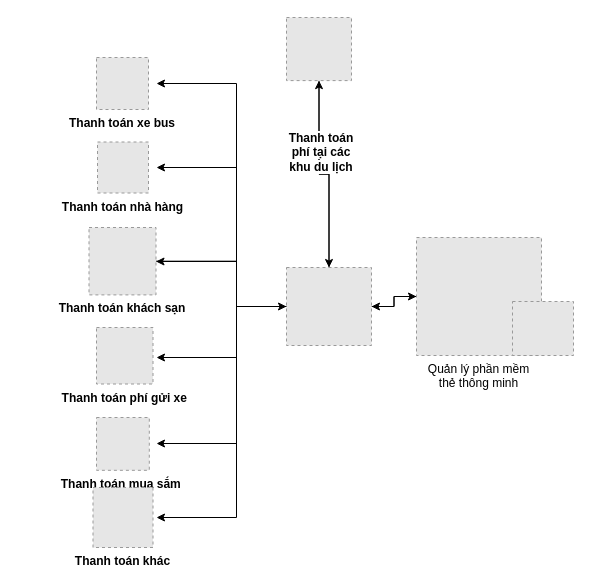
This is so-do-draw/smart_city_du_lich.drawio from letheanh12345/Draw-io, a draw.io file, before an edit. Source tidied: cells renumbered, new cells numbered last; positions are measured from the earlier drawing's top-left corner, leaving out a move shared by most shapes. Both pictures are drawn from the tidied source at 100%, with x=0, y=0 at pixel (88, 17). Pictures stored in the file or linked from it are replaced by grey dashed boxes.
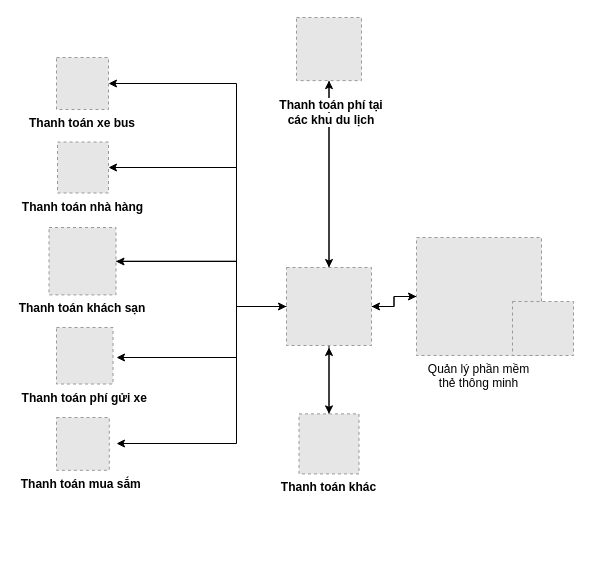
After the change.

Unchanged cells that the change refers to:
```xml
<mxCell id="13" style="fillColor=#E6E6E6;strokeColor=#999999;dashed=1;verticalLabelPosition=bottom;labelBackgroundColor=default;verticalAlign=top;" parent="1" vertex="1">
  <mxGeometry x="198" y="250" width="85" height="78" as="geometry" />
</mxCell>
```

Change to the diagram source:
```diff
@@
-    <mxCell id="6" style="edgeStyle=orthogonalEdgeStyle;rounded=0;jettySize=auto;html=1;" parent="1" edge="1" source="13">
+    <mxCell id="6" style="edgeStyle=orthogonalEdgeStyle;rounded=0;jettySize=auto;html=1;" parent="1" edge="1" source="13" target="14">
       <mxGeometry relative="1" as="geometry">
-        <mxPoint x="68" y="66" as="targetPoint" />
         <Array as="points">
           <mxPoint x="148" y="289" />
           <mxPoint x="148" y="66" />
         </Array>
       </mxGeometry>
     </mxCell>
-    <mxCell id="7" style="edgeStyle=orthogonalEdgeStyle;rounded=0;orthogonalLoop=1;jettySize=auto;html=1;exitX=0;exitY=0.5;exitDx=0;exitDy=0;" parent="1" edge="1">
-      <mxGeometry relative="1" as="geometry">
-        <mxPoint x="218" y="289" as="sourcePoint" />
-        <mxPoint x="68" y="500" as="targetPoint" />
-        <Array as="points">
-          <mxPoint x="148" y="289" />
-          <mxPoint x="148" y="500" />
-        </Array>
-      </mxGeometry>
-    </mxCell>
-    <mxCell id="8" style="edgeStyle=orthogonalEdgeStyle;rounded=0;jettySize=auto;html=1;" parent="1" edge="1" source="13">
+    <mxCell id="8" style="edgeStyle=orthogonalEdgeStyle;rounded=0;jettySize=auto;html=1;entryX=1;entryY=0.5;entryDx=0;entryDy=0;" parent="1" edge="1" source="13" target="15">
       <mxGeometry relative="1" as="geometry">
-        <mxPoint x="68" y="150" as="targetPoint" />
         <Array as="points">
           <mxPoint x="148" y="289" />
           <mxPoint x="148" y="150" />
         </Array>
       </mxGeometry>
     </mxCell>
@@
     <mxCell id="10" style="edgeStyle=orthogonalEdgeStyle;rounded=0;jettySize=auto;html=1;exitX=0;exitY=0.5;exitDx=0;exitDy=0;" parent="1" edge="1" source="13">
       <mxGeometry relative="1" as="geometry">
-        <mxPoint x="68" y="340" as="targetPoint" />
+        <mxPoint x="28" y="340" as="targetPoint" />
         <Array as="points">
           <mxPoint x="148" y="289" />
           <mxPoint x="148" y="340" />
         </Array>
       </mxGeometry>
     </mxCell>
     <mxCell id="11" style="edgeStyle=orthogonalEdgeStyle;rounded=0;jettySize=auto;html=1;exitX=0;exitY=0.5;exitDx=0;exitDy=0;" parent="1" edge="1" source="13">
       <mxGeometry relative="1" as="geometry">
-        <mxPoint x="68" y="426" as="targetPoint" />
+        <mxPoint x="28" y="426" as="targetPoint" />
         <Array as="points">
           <mxPoint x="148" y="289" />
           <mxPoint x="148" y="426" />
         </Array>
       </mxGeometry>
     </mxCell>
+    <mxCell id="24" style="edgeStyle=orthogonalEdgeStyle;rounded=0;jettySize=auto;html=1;entryX=0.5;entryY=0;entryDx=0;entryDy=0;" parent="1" edge="1" source="13" target="20">
+      <mxGeometry relative="1" as="geometry" />
+    </mxCell>
-    <mxCell id="12" style="edgeStyle=orthogonalEdgeStyle;rounded=0;jettySize=auto;html=1;entryX=0.5;entryY=1;entryDx=0;entryDy=0;" parent="1" edge="1" source="13" target="22">
+    <mxCell id="12" style="edgeStyle=orthogonalEdgeStyle;rounded=0;jettySize=auto;html=1;" parent="1" edge="1" source="13" target="22">
       <mxGeometry relative="1" as="geometry" />
     </mxCell>
@@
     <mxCell id="14" value="Thanh toán xe bus" style="fillColor=#E6E6E6;strokeColor=#999999;dashed=1;verticalLabelPosition=bottom;labelBackgroundColor=default;verticalAlign=top;fontStyle=1;" parent="1" vertex="1">
-      <mxGeometry x="8" y="40" width="52" height="52" as="geometry" />
+      <mxGeometry x="-32" y="40" width="52" height="52" as="geometry" />
     </mxCell>
     <mxCell id="15" value="Thanh toán nhà hàng" style="fillColor=#E6E6E6;strokeColor=#999999;dashed=1;verticalLabelPosition=bottom;labelBackgroundColor=default;verticalAlign=top;fontStyle=1;" parent="1" vertex="1">
-      <mxGeometry x="9" y="124.5" width="51" height="51" as="geometry" />
+      <mxGeometry x="-31" y="124.5" width="51" height="51" as="geometry" />
     </mxCell>
@@
     <mxCell id="17" value="Thanh toán khách sạn" style="fillColor=#E6E6E6;strokeColor=#999999;dashed=1;verticalLabelPosition=bottom;labelBackgroundColor=default;verticalAlign=top;fontStyle=1;" parent="1" vertex="1">
-      <mxGeometry x="0.5" y="210" width="67" height="67.4" as="geometry" />
+      <mxGeometry x="-39.5" y="210" width="67" height="67.4" as="geometry" />
     </mxCell>
     <mxCell id="18" value="Thanh toán phí gửi xe" style="fillColor=#E6E6E6;strokeColor=#999999;dashed=1;verticalLabelPosition=bottom;labelBackgroundColor=default;verticalAlign=top;fontStyle=1;" parent="1" vertex="1">
-      <mxGeometry x="8" y="310" width="56.5" height="56.5" as="geometry" />
+      <mxGeometry x="-32" y="310" width="56.5" height="56.5" as="geometry" />
     </mxCell>
     <mxCell id="19" value="Thanh toán mua sắm " style="fillColor=#E6E6E6;strokeColor=#999999;dashed=1;verticalLabelPosition=bottom;labelBackgroundColor=default;verticalAlign=top;fontStyle=1;" parent="1" vertex="1">
-      <mxGeometry x="8" y="400" width="52.8" height="52.8" as="geometry" />
+      <mxGeometry x="-32" y="400" width="52.8" height="52.8" as="geometry" />
     </mxCell>
+    <mxCell id="25" style="edgeStyle=orthogonalEdgeStyle;rounded=0;jettySize=auto;html=1;" parent="1" edge="1" source="20">
+      <mxGeometry relative="1" as="geometry">
+        <mxPoint x="240.5" y="330" as="targetPoint" />
+      </mxGeometry>
+    </mxCell>
     <mxCell id="20" value="Thanh toán khác" style="fillColor=#E6E6E6;strokeColor=#999999;dashed=1;verticalLabelPosition=bottom;labelBackgroundColor=default;verticalAlign=top;fontStyle=1;" parent="1" vertex="1">
-      <mxGeometry x="4.5" y="470" width="60" height="60" as="geometry" />
+      <mxGeometry x="210.5" y="396.4" width="60" height="60" as="geometry" />
     </mxCell>
-    <mxCell id="21" style="edgeStyle=orthogonalEdgeStyle;rounded=0;jettySize=auto;html=1;exitX=0.5;exitY=1;exitDx=0;exitDy=0;entryX=0.5;entryY=0;entryDx=0;entryDy=0;" parent="1" edge="1" source="22" target="13">
+    <mxCell id="21" style="edgeStyle=orthogonalEdgeStyle;rounded=0;jettySize=auto;html=1;entryX=0.5;entryY=0;entryDx=0;entryDy=0;" parent="1" edge="1" source="22" target="13">
       <mxGeometry relative="1" as="geometry" />
     </mxCell>
-    <mxCell id="22" style="fillColor=#E6E6E6;strokeColor=#999999;dashed=1;verticalLabelPosition=bottom;labelBackgroundColor=default;verticalAlign=top;" parent="1" vertex="1">
-      <mxGeometry x="198" width="65" height="63.1" as="geometry" />
+    <mxCell id="22" style="fillColor=#E6E6E6;strokeColor=#999999;dashed=1;verticalLabelPosition=bottom;labelBackgroundColor=default;verticalAlign=top;fontStyle=1;" parent="1" vertex="1">
+      <mxGeometry x="208" width="65" height="63.1" as="geometry" />
     </mxCell>
-    <mxCell id="23" value="&lt;span style=&quot;background-color: rgb(255, 255, 255);&quot;&gt;&lt;b&gt;Thanh toán phí tại các khu du lịch&lt;/b&gt;&lt;/span&gt;" style="text;html=1;strokeColor=none;fillColor=none;align=center;verticalAlign=middle;whiteSpace=wrap;rounded=0;" parent="1" vertex="1">
-      <mxGeometry x="198" y="120" width="70" height="30" as="geometry" />
+    <mxCell id="23" value="&lt;span style=&quot;font-weight: 700; background-color: rgb(255, 255, 255);&quot;&gt;Thanh toán phí tại&lt;/span&gt;&lt;br style=&quot;padding: 0px; margin: 0px; font-weight: 700;&quot;&gt;&lt;span style=&quot;font-weight: 700; background-color: rgb(255, 255, 255);&quot;&gt;các khu du lịch&lt;/span&gt;" style="text;html=1;strokeColor=none;fillColor=none;align=center;verticalAlign=middle;whiteSpace=wrap;rounded=0;" parent="1" vertex="1">
+      <mxGeometry x="168" y="80" width="150" height="30" as="geometry" />
     </mxCell>
```
